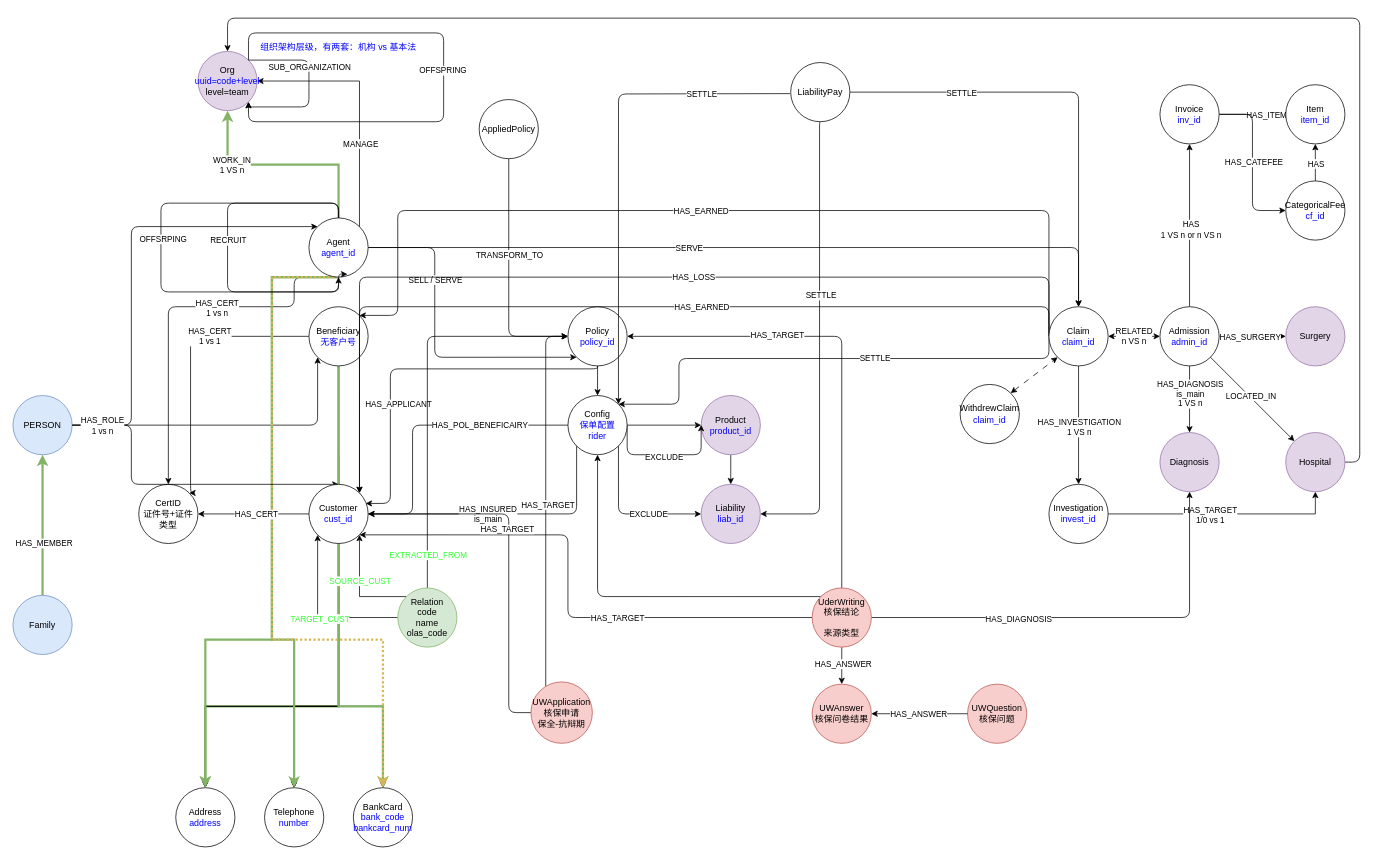
The draw.io diagram page "V1.3" (5 of 5) of 友邦/图拓扑设计.drawio in XiaoLiuAI/diagrams, before the edit. Source tidied: cells renumbered, new cells numbered last; positions are measured from the earlier drawing's top-left corner, leaving out a move shared by most shapes. Both pictures are drawn from the tidied source at 74%, with x=0, y=0 at pixel (13, 18).
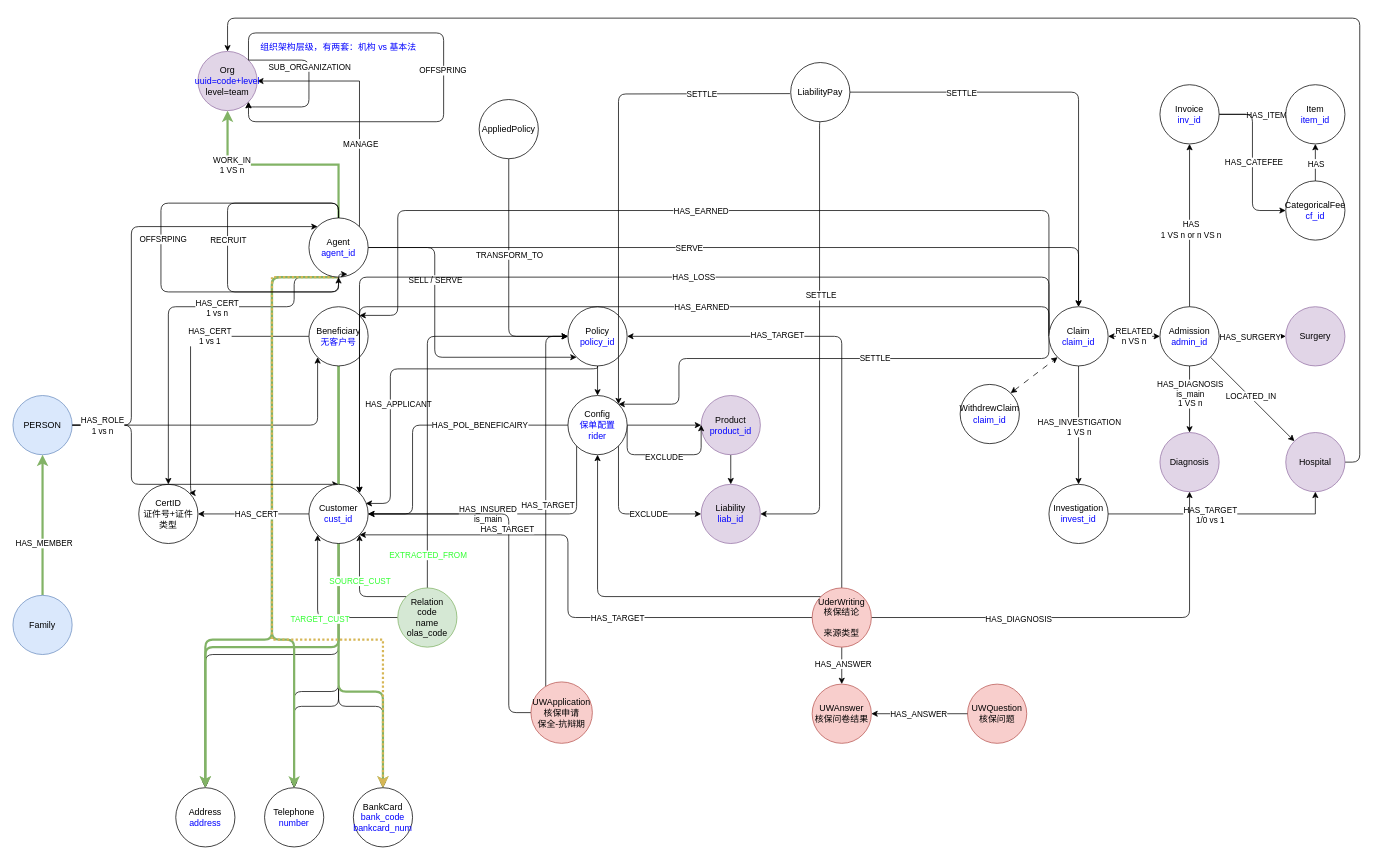
After the change.

Commit message:
更新图拓扑设计.drawio

Unchanged cells that the change refers to:
```xml
<mxCell id="21" value="Beneficiary&lt;br&gt;&lt;font color=&quot;#0000ff&quot;&gt;无客户号&lt;/font&gt;" style="ellipse;whiteSpace=wrap;html=1;" parent="1" vertex="1">
  <mxGeometry x="400" y="390" width="80" height="80" as="geometry" />
</mxCell>
<mxCell id="31" value="Agent&lt;br&gt;&lt;font color=&quot;#0000ff&quot;&gt;agent_id&lt;/font&gt;" style="ellipse;whiteSpace=wrap;html=1;" parent="1" vertex="1">
  <mxGeometry x="400" y="270" width="80" height="80" as="geometry" />
</mxCell>
<mxCell id="103" value="BankCard&lt;br&gt;&lt;font color=&quot;#0000ff&quot;&gt;bank_code&lt;br&gt;bankcard_num&lt;/font&gt;" style="ellipse;whiteSpace=wrap;html=1;" parent="1" vertex="1">
  <mxGeometry x="460" y="1040" width="80" height="80" as="geometry" />
</mxCell>
<mxCell id="104" value="Telephone&lt;br&gt;&lt;font color=&quot;#0000ff&quot;&gt;number&lt;br&gt;&lt;/font&gt;" style="ellipse;whiteSpace=wrap;html=1;" parent="1" vertex="1">
  <mxGeometry x="340" y="1040" width="80" height="80" as="geometry" />
</mxCell>
<mxCell id="105" value="Address&lt;br&gt;&lt;font color=&quot;#0000ff&quot;&gt;address&lt;br&gt;&lt;/font&gt;" style="ellipse;whiteSpace=wrap;html=1;" parent="1" vertex="1">
  <mxGeometry x="220" y="1040" width="80" height="80" as="geometry" />
</mxCell>
<mxCell id="111" value="Customer&lt;br&gt;&lt;font color=&quot;#0000ff&quot;&gt;cust_id&lt;/font&gt;" style="ellipse;whiteSpace=wrap;html=1;" parent="1" vertex="1">
  <mxGeometry x="400" y="630" width="80" height="80" as="geometry" />
</mxCell>
<mxCell id="145" value="Relation&lt;br&gt;code&lt;br&gt;name&lt;br&gt;olas_code&lt;br&gt;" style="ellipse;whiteSpace=wrap;html=1;fillColor=#d5e8d4;strokeColor=#82b366;" parent="1" vertex="1">
  <mxGeometry x="520" y="770" width="80" height="80" as="geometry" />
</mxCell>
```

What changed in the source:
```diff
@@
-    <mxCell id="2" style="edgeStyle=orthogonalEdgeStyle;rounded=0;jettySize=auto;html=1;exitX=0.5;exitY=1;exitDx=0;exitDy=0;entryX=0.5;entryY=0;entryDx=0;entryDy=0;" parent="1" edge="1" source="21" target="104">
+    <mxCell id="2" style="edgeStyle=orthogonalEdgeStyle;rounded=1;jettySize=auto;html=1;exitX=0.5;exitY=1;exitDx=0;exitDy=0;entryX=0.5;entryY=0;entryDx=0;entryDy=0;" parent="1" edge="1" source="21" target="104">
       <mxGeometry relative="1" as="geometry">
         <Array as="points">
           <mxPoint x="440" y="930" />
           <mxPoint x="380" y="930" />
         </Array>
       </mxGeometry>
     </mxCell>
-    <mxCell id="3" style="edgeStyle=orthogonalEdgeStyle;rounded=0;jettySize=auto;html=1;exitX=0.5;exitY=1;exitDx=0;exitDy=0;entryX=0.5;entryY=0;entryDx=0;entryDy=0;fillColor=#d5e8d4;strokeColor=#82b366;strokeWidth=3;" parent="1" edge="1" source="21" target="105">
+    <mxCell id="3" style="edgeStyle=orthogonalEdgeStyle;rounded=1;jettySize=auto;html=1;exitX=0.5;exitY=1;exitDx=0;exitDy=0;entryX=0.5;entryY=0;entryDx=0;entryDy=0;fillColor=#d5e8d4;strokeColor=#82b366;strokeWidth=3;" parent="1" edge="1" source="21" target="105">
       <mxGeometry relative="1" as="geometry">
         <Array as="points">
-          <mxPoint x="440" y="930" />
-          <mxPoint x="260" y="930" />
+          <mxPoint x="440" y="850" />
+          <mxPoint x="260" y="850" />
         </Array>
       </mxGeometry>
     </mxCell>
@@
-    <mxCell id="11" style="edgeStyle=orthogonalEdgeStyle;rounded=0;jettySize=auto;html=1;exitX=0.5;exitY=1;exitDx=0;exitDy=0;entryX=0.5;entryY=0;entryDx=0;entryDy=0;" parent="1" edge="1" target="103">
-      <mxGeometry relative="1" as="geometry">
-        <mxPoint x="440" y="590" as="sourcePoint" />
-        <Array as="points">
-          <mxPoint x="440" y="930" />
-          <mxPoint x="500" y="930" />
-        </Array>
-      </mxGeometry>
-    </mxCell>
-    <mxCell id="12" style="edgeStyle=orthogonalEdgeStyle;rounded=0;jettySize=auto;html=1;exitX=0.5;exitY=1;exitDx=0;exitDy=0;" parent="1" edge="1" target="104">
-      <mxGeometry relative="1" as="geometry">
-        <mxPoint x="440" y="590" as="sourcePoint" />
-        <Array as="points">
-          <mxPoint x="440" y="930" />
-          <mxPoint x="380" y="930" />
-        </Array>
-      </mxGeometry>
-    </mxCell>
-    <mxCell id="13" style="edgeStyle=orthogonalEdgeStyle;rounded=0;jettySize=auto;html=1;exitX=0.5;exitY=1;exitDx=0;exitDy=0;entryX=0.5;entryY=0;entryDx=0;entryDy=0;" parent="1" edge="1" target="105">
-      <mxGeometry relative="1" as="geometry">
-        <mxPoint x="440" y="590" as="sourcePoint" />
-        <Array as="points">
-          <mxPoint x="440" y="930" />
-          <mxPoint x="260" y="930" />
-        </Array>
-      </mxGeometry>
-    </mxCell>
-    <mxCell id="14" style="edgeStyle=orthogonalEdgeStyle;rounded=0;jettySize=auto;html=1;exitX=0.5;exitY=1;exitDx=0;exitDy=0;entryX=0.5;entryY=0;entryDx=0;entryDy=0;" parent="1" edge="1" source="111" target="103">
+    <mxCell id="14" style="edgeStyle=orthogonalEdgeStyle;rounded=1;jettySize=auto;html=1;exitX=0.5;exitY=1;exitDx=0;exitDy=0;entryX=0.5;entryY=0;entryDx=0;entryDy=0;" parent="1" edge="1" source="111" target="103">
       <mxGeometry relative="1" as="geometry">
         <Array as="points">
           <mxPoint x="440" y="930" />
           <mxPoint x="500" y="930" />
         </Array>
       </mxGeometry>
     </mxCell>
-    <mxCell id="15" style="edgeStyle=orthogonalEdgeStyle;rounded=0;jettySize=auto;html=1;exitX=0.5;exitY=1;exitDx=0;exitDy=0;" parent="1" edge="1" source="111" target="104">
+    <mxCell id="15" style="edgeStyle=orthogonalEdgeStyle;rounded=1;jettySize=auto;html=1;exitX=0.5;exitY=1;exitDx=0;exitDy=0;" parent="1" edge="1" source="111" target="104">
       <mxGeometry relative="1" as="geometry">
         <Array as="points">
-          <mxPoint x="440" y="930" />
-          <mxPoint x="380" y="930" />
+          <mxPoint x="440" y="910" />
+          <mxPoint x="380" y="910" />
         </Array>
       </mxGeometry>
     </mxCell>
-    <mxCell id="16" style="edgeStyle=orthogonalEdgeStyle;rounded=0;jettySize=auto;html=1;exitX=0.5;exitY=1;exitDx=0;exitDy=0;entryX=0.5;entryY=0;entryDx=0;entryDy=0;" parent="1" edge="1" source="111" target="105">
+    <mxCell id="16" style="edgeStyle=orthogonalEdgeStyle;rounded=1;jettySize=auto;html=1;exitX=0.5;exitY=1;exitDx=0;exitDy=0;entryX=0.5;entryY=0;entryDx=0;entryDy=0;" parent="1" edge="1" source="111" target="105">
       <mxGeometry relative="1" as="geometry">
         <Array as="points">
-          <mxPoint x="440" y="930" />
-          <mxPoint x="260" y="930" />
+          <mxPoint x="440" y="860" />
+          <mxPoint x="260" y="860" />
         </Array>
       </mxGeometry>
     </mxCell>
@@
-    <mxCell id="19" style="edgeStyle=orthogonalEdgeStyle;rounded=0;jettySize=auto;html=1;exitX=0.5;exitY=1;exitDx=0;exitDy=0;entryX=0.5;entryY=0;entryDx=0;entryDy=0;fillColor=#d5e8d4;strokeColor=#82b366;strokeWidth=3;" parent="1" edge="1" source="21" target="103">
+    <mxCell id="19" style="edgeStyle=orthogonalEdgeStyle;rounded=1;jettySize=auto;html=1;exitX=0.5;exitY=1;exitDx=0;exitDy=0;entryX=0.5;entryY=0;entryDx=0;entryDy=0;fillColor=#d5e8d4;strokeColor=#82b366;strokeWidth=3;" parent="1" edge="1" source="21" target="103">
       <mxGeometry relative="1" as="geometry">
         <Array as="points">
-          <mxPoint x="440" y="930" />
-          <mxPoint x="500" y="930" />
+          <mxPoint x="440" y="910" />
+          <mxPoint x="500" y="910" />
         </Array>
       </mxGeometry>
     </mxCell>
@@
-    <mxCell id="26" style="edgeStyle=orthogonalEdgeStyle;rounded=0;jettySize=auto;html=1;exitX=0.5;exitY=1;exitDx=0;exitDy=0;entryX=0.5;entryY=0;entryDx=0;entryDy=0;fillColor=#d5e8d4;strokeColor=#82b366;strokeWidth=3;" parent="1" edge="1" source="31" target="104">
+    <mxCell id="26" style="edgeStyle=orthogonalEdgeStyle;rounded=1;jettySize=auto;html=1;exitX=0.5;exitY=1;exitDx=0;exitDy=0;entryX=0.5;entryY=0;entryDx=0;entryDy=0;fillColor=#d5e8d4;strokeColor=#82b366;strokeWidth=3;" parent="1" edge="1" source="31" target="104">
       <mxGeometry relative="1" as="geometry">
         <Array as="points">
           <mxPoint x="350" y="350" />
           <mxPoint x="350" y="840" />
           <mxPoint x="380" y="840" />
         </Array>
       </mxGeometry>
     </mxCell>
-    <mxCell id="27" style="edgeStyle=orthogonalEdgeStyle;rounded=0;jettySize=auto;html=1;exitX=0.5;exitY=1;exitDx=0;exitDy=0;entryX=0.5;entryY=0;entryDx=0;entryDy=0;fillColor=#d5e8d4;strokeColor=#82b366;strokeWidth=3;" parent="1" edge="1" source="31" target="105">
+    <mxCell id="27" style="edgeStyle=orthogonalEdgeStyle;rounded=1;jettySize=auto;html=1;exitX=0.5;exitY=1;exitDx=0;exitDy=0;entryX=0.5;entryY=0;entryDx=0;entryDy=0;fillColor=#d5e8d4;strokeColor=#82b366;strokeWidth=3;" parent="1" edge="1" source="31" target="105">
       <mxGeometry relative="1" as="geometry">
         <Array as="points">
           <mxPoint x="350" y="350" />
           <mxPoint x="350" y="840" />
           <mxPoint x="260" y="840" />
         </Array>
       </mxGeometry>
     </mxCell>
@@
-    <mxCell id="139" style="edgeStyle=orthogonalEdgeStyle;rounded=0;jettySize=auto;html=1;exitX=0;exitY=0.5;exitDx=0;exitDy=0;entryX=0;entryY=1;entryDx=0;entryDy=0;" parent="1" edge="1" source="145" target="111">
+    <mxCell id="139" style="edgeStyle=orthogonalEdgeStyle;rounded=1;jettySize=auto;html=1;exitX=0;exitY=0.5;exitDx=0;exitDy=0;entryX=0;entryY=1;entryDx=0;entryDy=0;" parent="1" edge="1" source="145" target="111">
       <mxGeometry relative="1" as="geometry" />
     </mxCell>
@@
-    <mxCell id="141" style="edgeStyle=orthogonalEdgeStyle;rounded=0;jettySize=auto;html=1;exitX=0;exitY=0;exitDx=0;exitDy=0;entryX=1;entryY=1;entryDx=0;entryDy=0;" parent="1" edge="1" source="145" target="111">
+    <mxCell id="141" style="edgeStyle=orthogonalEdgeStyle;rounded=1;jettySize=auto;html=1;exitX=0;exitY=0;exitDx=0;exitDy=0;entryX=1;entryY=1;entryDx=0;entryDy=0;" parent="1" edge="1" source="145" target="111">
       <mxGeometry relative="1" as="geometry" />
     </mxCell>
```
